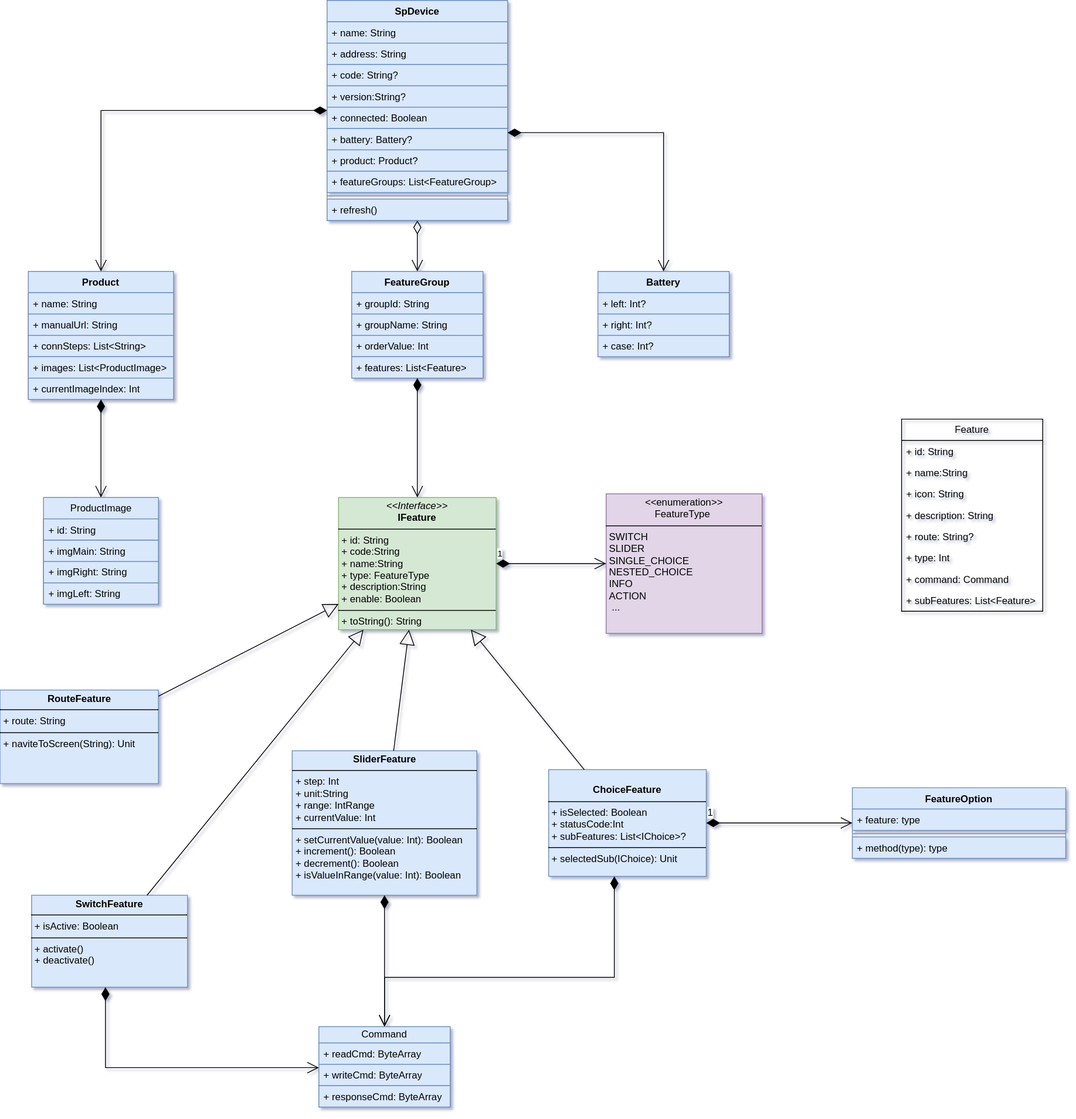
kekemao00/draw-libs keeps this draw.io diagram as sp-device.drawio.svg. Above is the earlier version. Source tidied: cells renumbered, new cells last; positions are measured from the earlier drawing's top-left corner, leaving out a move shared by most shapes.
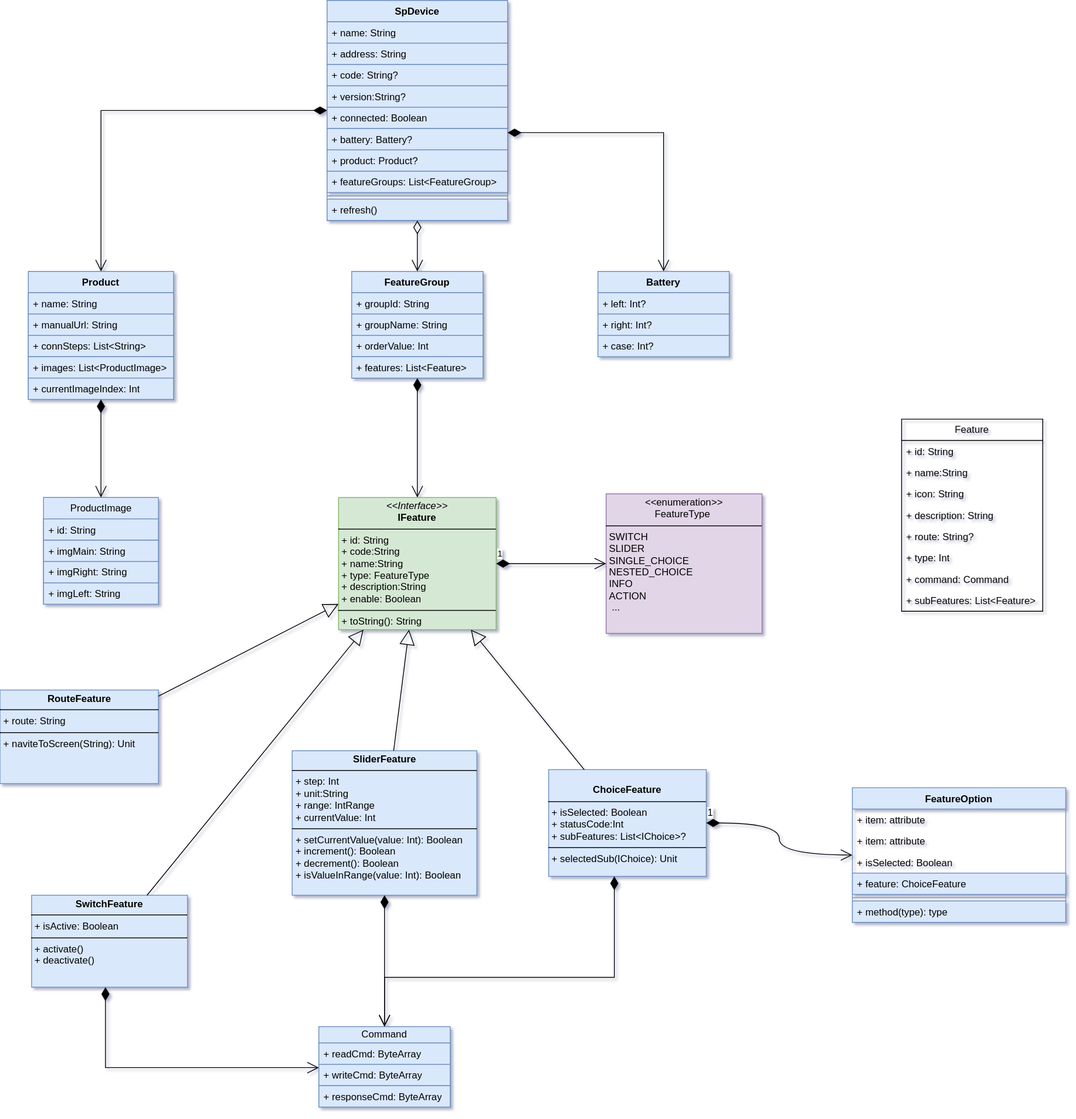
After the commit.

Diff of the diagram source:
```diff
@@ -211,16 +211,25 @@
       <mxGeometry x="-1" y="3" relative="1" as="geometry" />
     </mxCell>
     <mxCell id="65" value="FeatureOption" style="swimlane;fontStyle=1;align=center;verticalAlign=top;horizontal=1;startSize=26;whiteSpace=wrap;html=1;fillColor=#dae8fc;strokeColor=#6c8ebf;" parent="1" vertex="1">
-      <mxGeometry x="1038" y="959" width="260" height="86" as="geometry" />
+      <mxGeometry x="1038" y="959" width="260" height="164" as="geometry" />
     </mxCell>
+    <mxCell id="70" value="+ item: attribute" style="text;strokeColor=none;fillColor=none;align=left;verticalAlign=top;spacingLeft=4;spacingRight=4;overflow=hidden;whiteSpace=wrap;html=1;" parent="65" vertex="1">
+      <mxGeometry y="26" width="260" height="26" as="geometry" />
+    </mxCell>
+    <mxCell id="71" value="+ item: attribute" style="text;strokeColor=none;fillColor=none;align=left;verticalAlign=top;spacingLeft=4;spacingRight=4;overflow=hidden;whiteSpace=wrap;html=1;" parent="65" vertex="1">
+      <mxGeometry y="52" width="260" height="26" as="geometry" />
+    </mxCell>
+    <mxCell id="72" value="+ isSelected: Boolean" style="text;strokeColor=none;fillColor=none;align=left;verticalAlign=top;spacingLeft=4;spacingRight=4;overflow=hidden;whiteSpace=wrap;html=1;" parent="65" vertex="1">
+      <mxGeometry y="78" width="260" height="26" as="geometry" />
+    </mxCell>
-    <mxCell id="66" value="+&amp;nbsp;feature: type" style="text;strokeColor=#6c8ebf;fillColor=#dae8fc;align=left;verticalAlign=top;spacingLeft=4;spacingRight=4;overflow=hidden;whiteSpace=wrap;html=1;" parent="65" vertex="1">
-      <mxGeometry y="26" width="260" height="26" as="geometry" />
+    <mxCell id="66" value="+&amp;nbsp;feature: ChoiceFeature" style="text;strokeColor=#6c8ebf;fillColor=#dae8fc;align=left;verticalAlign=top;spacingLeft=4;spacingRight=4;overflow=hidden;whiteSpace=wrap;html=1;" parent="65" vertex="1">
+      <mxGeometry y="104" width="260" height="26" as="geometry" />
     </mxCell>
     <mxCell id="67" style="line;strokeWidth=1;fillColor=#dae8fc;align=left;verticalAlign=middle;spacingTop=-1;spacingLeft=3;spacingRight=3;labelPosition=right;strokeColor=#6c8ebf;" parent="65" vertex="1">
-      <mxGeometry y="52" width="260" height="8" as="geometry" />
+      <mxGeometry y="130" width="260" height="8" as="geometry" />
     </mxCell>
     <mxCell id="68" value="+ method(type): type" style="text;strokeColor=#6c8ebf;fillColor=#dae8fc;align=left;verticalAlign=top;spacingLeft=4;spacingRight=4;overflow=hidden;whiteSpace=wrap;html=1;" parent="65" vertex="1">
-      <mxGeometry y="60" width="260" height="26" as="geometry" />
+      <mxGeometry y="138" width="260" height="26" as="geometry" />
     </mxCell>
     <mxCell id="69" value="1" style="endArrow=open;html=1;endSize=12;startArrow=diamondThin;startSize=14;startFill=1;edgeStyle=orthogonalEdgeStyle;align=left;verticalAlign=bottom;rounded=0;fontSize=12;curved=1;" parent="1" edge="1" source="48" target="65">
       <mxGeometry x="-1" y="3" relative="1" as="geometry" />
```
